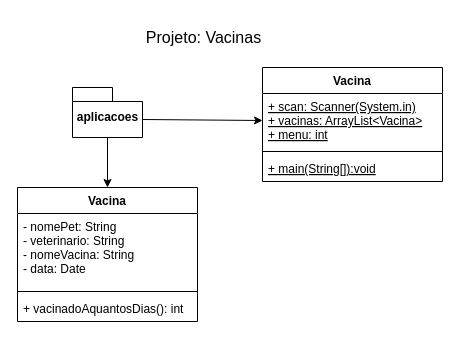
Before: 1des/fpoo/aula16/vacinas.drawio in wellifabio/senai2022, a draw.io diagram. Source tidied: cells renumbered, new cells numbered last; positions are measured from the earlier drawing's top-left corner, leaving out a move shared by most shapes. Both pictures are drawn from the tidied source at 100%, with x=0, y=0 at pixel (17, 17).
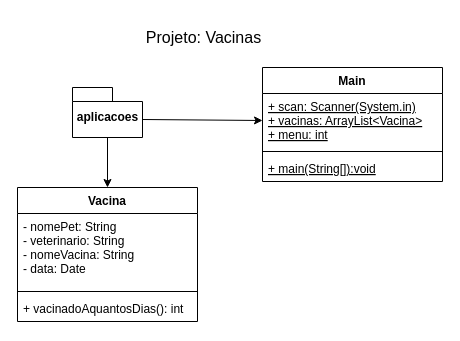
Above is the later version.

What changed in the source:
```diff
@@
 <mxGraphModel>
   <root>
     <mxCell id="0" />
     <mxCell id="1" parent="0" />
     <mxCell id="2" value="Projeto: Vacinas" style="text;html=1;strokeColor=none;fillColor=none;align=center;verticalAlign=middle;whiteSpace=wrap;rounded=0;fontSize=16;" parent="1" vertex="1">
       <mxGeometry x="113.3" width="146.7" height="40" as="geometry" />
     </mxCell>
     <mxCell id="3" value="Vacina" style="swimlane;fontStyle=1;align=center;verticalAlign=top;horizontal=1;startSize=26;" parent="1" vertex="1">
       <mxGeometry y="170" width="180" height="134" as="geometry" />
     </mxCell>
     <mxCell id="4" value="- nomePet: String&#10;- veterinario: String&#10;- nomeVacina: String&#10;- data: Date" style="text;strokeColor=none;fillColor=none;align=left;verticalAlign=top;spacingLeft=4;spacingRight=4;overflow=hidden;" parent="3" vertex="1">
       <mxGeometry y="26" width="180" height="74" as="geometry" />
     </mxCell>
     <mxCell id="5" style="line;strokeWidth=1;fillColor=none;align=left;verticalAlign=middle;spacingTop=-1;spacingLeft=3;spacingRight=3;labelPosition=right;strokeColor=inherit;" parent="3" vertex="1">
       <mxGeometry y="100" width="180" height="8" as="geometry" />
     </mxCell>
     <mxCell id="6" value="+ vacinadoAquantosDias(): int" style="text;strokeColor=none;fillColor=none;align=left;verticalAlign=top;spacingLeft=4;spacingRight=4;overflow=hidden;" parent="3" vertex="1">
       <mxGeometry y="108" width="180" height="26" as="geometry" />
     </mxCell>
     <mxCell id="7" style="rounded=0;jettySize=auto;html=1;exitX=0.5;exitY=1;exitDx=0;exitDy=0;exitPerimeter=0;fontSize=16;entryX=0.5;entryY=0;entryDx=0;entryDy=0;" parent="1" edge="1" source="9" target="3">
       <mxGeometry relative="1" as="geometry" />
     </mxCell>
     <mxCell id="8" style="edgeStyle=none;rounded=0;jettySize=auto;html=1;exitX=0;exitY=0;exitDx=70;exitDy=32;exitPerimeter=0;entryX=0;entryY=0.5;entryDx=0;entryDy=0;fontSize=16;" parent="1" edge="1" source="9" target="11">
       <mxGeometry relative="1" as="geometry" />
     </mxCell>
     <mxCell id="9" value="aplicacoes" style="shape=folder;fontStyle=1;spacingTop=10;tabWidth=40;tabHeight=14;tabPosition=left;html=1;" parent="1" vertex="1">
       <mxGeometry x="55" y="70" width="70" height="50" as="geometry" />
     </mxCell>
-    <mxCell id="10" value="Vacina" style="swimlane;fontStyle=1;align=center;verticalAlign=top;horizontal=1;startSize=26;" parent="1" vertex="1">
+    <mxCell id="10" value="Main" style="swimlane;fontStyle=1;align=center;verticalAlign=top;horizontal=1;startSize=26;" parent="1" vertex="1">
       <mxGeometry x="245" y="50" width="180" height="114" as="geometry" />
     </mxCell>
     <mxCell id="11" value="+ scan: Scanner(System.in)&#10;+ vacinas: ArrayList&lt;Vacina&gt;&#10;+ menu: int" style="text;strokeColor=none;fillColor=none;align=left;verticalAlign=top;spacingLeft=4;spacingRight=4;overflow=hidden;points=[[0,0.5],[1,0.5]];portConstraint=eastwest;fontStyle=4;" parent="10" vertex="1">
       <mxGeometry y="26" width="180" height="54" as="geometry" />
     </mxCell>
     <mxCell id="12" style="line;strokeWidth=1;fillColor=none;align=left;verticalAlign=middle;spacingTop=-1;spacingLeft=3;spacingRight=3;labelPosition=right;strokeColor=inherit;" parent="10" vertex="1">
       <mxGeometry y="80" width="180" height="8" as="geometry" />
     </mxCell>
     <mxCell id="13" value="+ main(String[]):void" style="text;strokeColor=none;fillColor=none;align=left;verticalAlign=top;spacingLeft=4;spacingRight=4;overflow=hidden;fontStyle=4;" parent="10" vertex="1">
       <mxGeometry y="88" width="180" height="26" as="geometry" />
     </mxCell>
   </root>
 </mxGraphModel>
```
